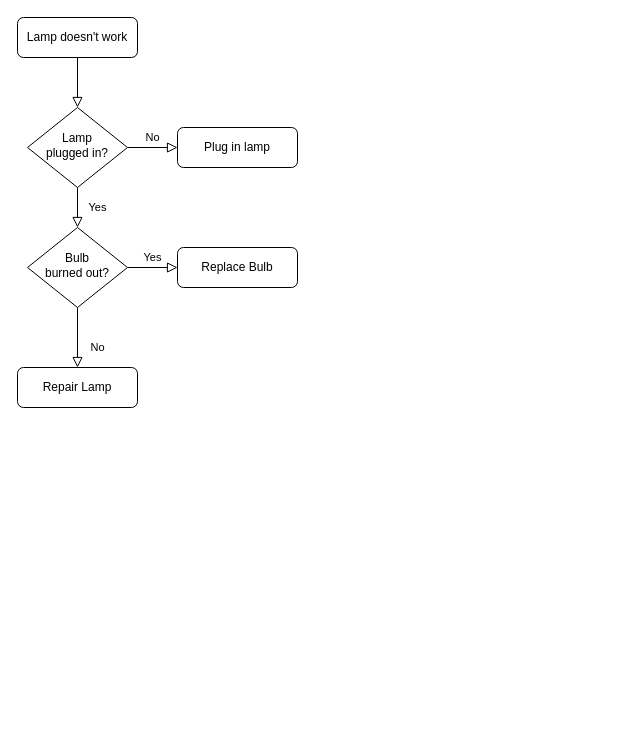
Before: Untitled Diagram.drawio in lihawhaw/cdn-blog, a draw.io diagram. Source tidied: cells renumbered, new cells numbered last; positions are measured from the earlier drawing's top-left corner, leaving out a move shared by most shapes. Both pictures are drawn from the tidied source at 100%, with x=0, y=0 at pixel (17, 17).
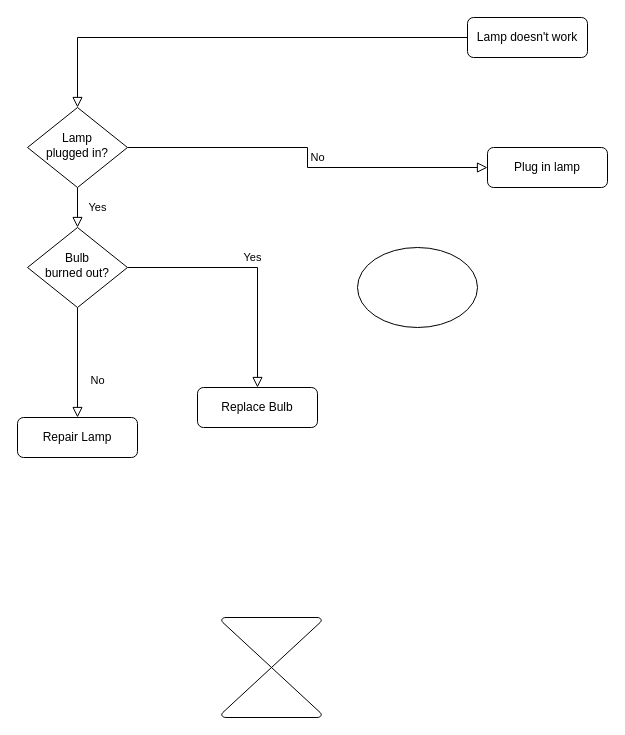
The same page after the edit.

Diff of the diagram source:
```diff
@@
 <mxGraphModel>
   <root>
     <mxCell id="0" />
     <mxCell id="1" parent="0" />
     <mxCell id="2" style="rounded=0;html=1;jettySize=auto;fontSize=11;endArrow=block;endFill=0;endSize=8;strokeWidth=1;shadow=0;labelBackgroundColor=none;edgeStyle=orthogonalEdgeStyle;" parent="1" edge="1" source="3" target="6">
       <mxGeometry relative="1" as="geometry" />
     </mxCell>
     <mxCell id="3" value="Lamp doesn't work" style="rounded=1;whiteSpace=wrap;html=1;fontSize=12;glass=0;strokeWidth=1;shadow=0;" parent="1" vertex="1">
-      <mxGeometry width="120" height="40" as="geometry" />
+      <mxGeometry x="450" width="120" height="40" as="geometry" />
     </mxCell>
     <mxCell id="4" value="Yes" style="rounded=0;html=1;jettySize=auto;fontSize=11;endArrow=block;endFill=0;endSize=8;strokeWidth=1;shadow=0;labelBackgroundColor=none;edgeStyle=orthogonalEdgeStyle;" parent="1" edge="1" source="6" target="10">
       <mxGeometry y="20" relative="1" as="geometry" />
     </mxCell>
     <mxCell id="5" value="No" style="edgeStyle=orthogonalEdgeStyle;rounded=0;html=1;jettySize=auto;fontSize=11;endArrow=block;endFill=0;endSize=8;strokeWidth=1;shadow=0;labelBackgroundColor=none;" parent="1" edge="1" source="6" target="7">
       <mxGeometry y="10" relative="1" as="geometry" />
     </mxCell>
     <mxCell id="6" value="Lamp&lt;br&gt;plugged in?" style="rhombus;whiteSpace=wrap;html=1;shadow=0;fontFamily=Helvetica;fontSize=12;align=center;strokeWidth=1;spacing=6;spacingTop=-4;" parent="1" vertex="1">
       <mxGeometry x="10" y="90" width="100" height="80" as="geometry" />
     </mxCell>
     <mxCell id="7" value="Plug in lamp" style="rounded=1;whiteSpace=wrap;html=1;fontSize=12;glass=0;strokeWidth=1;shadow=0;" parent="1" vertex="1">
-      <mxGeometry x="160" y="110" width="120" height="40" as="geometry" />
+      <mxGeometry x="470" y="130" width="120" height="40" as="geometry" />
     </mxCell>
     <mxCell id="8" value="No" style="rounded=0;html=1;jettySize=auto;fontSize=11;endArrow=block;endFill=0;endSize=8;strokeWidth=1;shadow=0;labelBackgroundColor=none;edgeStyle=orthogonalEdgeStyle;" parent="1" edge="1" source="10" target="11">
       <mxGeometry x="0.33" y="20" relative="1" as="geometry" />
     </mxCell>
     <mxCell id="9" value="Yes" style="edgeStyle=orthogonalEdgeStyle;rounded=0;html=1;jettySize=auto;fontSize=11;endArrow=block;endFill=0;endSize=8;strokeWidth=1;shadow=0;labelBackgroundColor=none;" parent="1" edge="1" source="10" target="12">
       <mxGeometry y="10" relative="1" as="geometry" />
     </mxCell>
     <mxCell id="10" value="Bulb&lt;br&gt;burned out?" style="rhombus;whiteSpace=wrap;html=1;shadow=0;fontFamily=Helvetica;fontSize=12;align=center;strokeWidth=1;spacing=6;spacingTop=-4;" parent="1" vertex="1">
       <mxGeometry x="10" y="210" width="100" height="80" as="geometry" />
     </mxCell>
     <mxCell id="11" value="Repair Lamp" style="rounded=1;whiteSpace=wrap;html=1;fontSize=12;glass=0;strokeWidth=1;shadow=0;" parent="1" vertex="1">
-      <mxGeometry y="350" width="120" height="40" as="geometry" />
+      <mxGeometry y="400" width="120" height="40" as="geometry" />
     </mxCell>
     <mxCell id="12" value="Replace Bulb" style="rounded=1;whiteSpace=wrap;html=1;fontSize=12;glass=0;strokeWidth=1;shadow=0;" parent="1" vertex="1">
-      <mxGeometry x="160" y="230" width="120" height="40" as="geometry" />
+      <mxGeometry x="180" y="370" width="120" height="40" as="geometry" />
     </mxCell>
+    <mxCell id="13" style="ellipse;whiteSpace=wrap;html=1;" parent="1" vertex="1">
+      <mxGeometry x="340" y="230" width="120" height="80" as="geometry" />
+    </mxCell>
+    <mxCell id="14" style="verticalLabelPosition=bottom;verticalAlign=top;html=1;shape=mxgraph.flowchart.collate;" parent="1" vertex="1">
+      <mxGeometry x="204" y="600" width="100" height="100" as="geometry" />
+    </mxCell>
   </root>
 </mxGraphModel>
```
